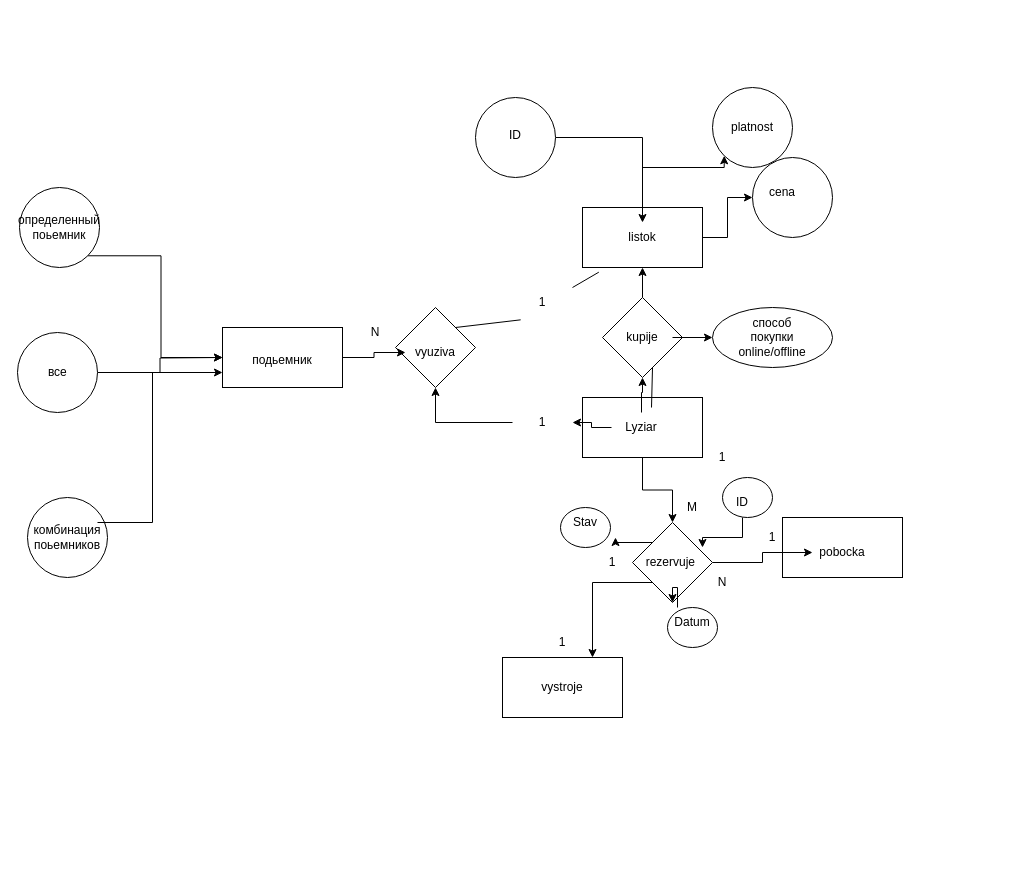
Earlier version of the draw.io diagram Діаграма без назви.drawio (xli1iax/DBS-uni). Source tidied: cells renumbered, new cells numbered last; positions are measured from the earlier drawing's top-left corner, leaving out a move shared by most shapes. Both pictures are drawn from the tidied source at 100%, with x=0, y=0 at pixel (17, 87).
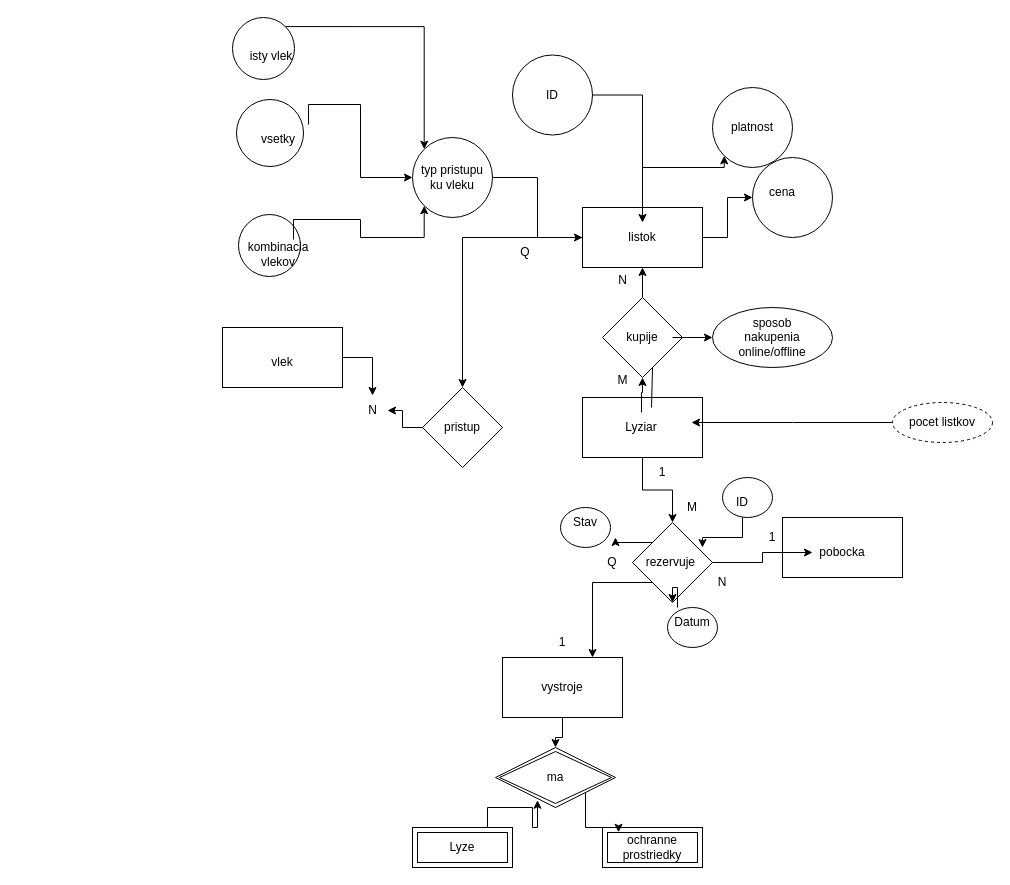
The same diagram, later.

The change refers to these unchanged cells:
```xml
<mxCell id="6" value="Lyziar" style="text;html=1;align=center;verticalAlign=middle;whiteSpace=wrap;rounded=0;" parent="1" vertex="1">
  <mxGeometry x="594" y="325" width="60" height="30" as="geometry" />
</mxCell>
<mxCell id="9" style="rounded=0;whiteSpace=wrap;html=1;" parent="1" vertex="1">
  <mxGeometry x="565" y="120" width="120" height="60" as="geometry" />
</mxCell>
<mxCell id="16" style="whiteSpace=wrap;html=1;" parent="1" vertex="1">
  <mxGeometry x="485" y="570" width="120" height="60" as="geometry" />
</mxCell>
<mxCell id="42" style="rounded=0;whiteSpace=wrap;html=1;" parent="1" vertex="1">
  <mxGeometry x="205" y="240" width="120" height="60" as="geometry" />
</mxCell>
```

The edit, as a diff of the source:
```diff
@@
-    <mxCell id="5" style="edgeStyle=orthogonalEdgeStyle;rounded=0;jettySize=auto;html=1;" parent="1" edge="1" source="46" target="36">
-      <mxGeometry relative="1" as="geometry" />
-    </mxCell>
@@
+    <mxCell id="68" style="edgeStyle=orthogonalEdgeStyle;rounded=0;jettySize=auto;html=1;exitX=0;exitY=0.5;exitDx=0;exitDy=0;" parent="1" edge="1" source="9" target="76">
+      <mxGeometry relative="1" as="geometry" />
+    </mxCell>
@@
+    <mxCell id="69" style="edgeStyle=orthogonalEdgeStyle;rounded=0;jettySize=auto;html=1;" parent="1" edge="1" source="16" target="81">
+      <mxGeometry relative="1" as="geometry" />
+    </mxCell>
@@
-    <mxCell id="19" value="способ покупки online/offline" style="text;html=1;align=center;verticalAlign=middle;whiteSpace=wrap;rounded=0;" parent="1" vertex="1">
+    <mxCell id="19" value="sposob nakupenia online/offline" style="text;html=1;align=center;verticalAlign=middle;whiteSpace=wrap;rounded=0;" parent="1" vertex="1">
       <mxGeometry x="725" y="235" width="60" height="30" as="geometry" />
     </mxCell>
-    <mxCell id="20" style="edgeStyle=orthogonalEdgeStyle;rounded=0;jettySize=auto;html=1;exitX=1;exitY=0.5;exitDx=0;exitDy=0;" parent="1" edge="1" source="21">
-      <mxGeometry relative="1" as="geometry">
-        <mxPoint x="205" y="270" as="targetPoint" />
-      </mxGeometry>
-    </mxCell>
     <mxCell id="21" style="ellipse;whiteSpace=wrap;html=1;" parent="1" vertex="1">
-      <mxGeometry y="245" width="80" height="80" as="geometry" />
+      <mxGeometry x="219" y="12" width="67" height="67" as="geometry" />
     </mxCell>
     <mxCell id="22" style="ellipse;whiteSpace=wrap;html=1;" parent="1" vertex="1">
-      <mxGeometry x="10" y="410" width="80" height="80" as="geometry" />
+      <mxGeometry x="221" y="127" width="62" height="62" as="geometry" />
     </mxCell>
-    <mxCell id="23" style="edgeStyle=orthogonalEdgeStyle;rounded=0;jettySize=auto;html=1;exitX=1;exitY=0;exitDx=0;exitDy=0;entryX=0;entryY=0.75;entryDx=0;entryDy=0;" parent="1" edge="1" source="24" target="42">
-      <mxGeometry relative="1" as="geometry">
-        <Array as="points">
-          <mxPoint x="135" y="435" />
-          <mxPoint x="135" y="285" />
-        </Array>
-      </mxGeometry>
-    </mxCell>
+    <mxCell id="70" style="edgeStyle=orthogonalEdgeStyle;rounded=0;jettySize=auto;html=1;exitX=0.75;exitY=0;exitDx=0;exitDy=0;entryX=0;entryY=1;entryDx=0;entryDy=0;" parent="1" edge="1" source="24" target="89">
+      <mxGeometry relative="1" as="geometry" />
+    </mxCell>
-    <mxCell id="24" value="комбинация поьемников" style="text;html=1;align=center;verticalAlign=middle;whiteSpace=wrap;rounded=0;" parent="1" vertex="1">
-      <mxGeometry x="20" y="435" width="60" height="30" as="geometry" />
+    <mxCell id="24" value="kombinacia vlekov" style="text;html=1;align=center;verticalAlign=middle;whiteSpace=wrap;rounded=0;" parent="1" vertex="1">
+      <mxGeometry x="231" y="152" width="60" height="30" as="geometry" />
     </mxCell>
+    <mxCell id="71" style="edgeStyle=orthogonalEdgeStyle;rounded=0;jettySize=auto;html=1;exitX=1;exitY=0;exitDx=0;exitDy=0;" parent="1" edge="1" source="25" target="89">
+      <mxGeometry relative="1" as="geometry" />
+    </mxCell>
-    <mxCell id="25" value="все&amp;nbsp;" style="text;html=1;align=center;verticalAlign=middle;whiteSpace=wrap;rounded=0;" parent="1" vertex="1">
-      <mxGeometry x="12" y="270" width="60" height="30" as="geometry" />
+    <mxCell id="25" value="vsetky" style="text;html=1;align=center;verticalAlign=middle;whiteSpace=wrap;rounded=0;" parent="1" vertex="1">
+      <mxGeometry x="231" y="37" width="60" height="30" as="geometry" />
     </mxCell>
-    <mxCell id="26" style="edgeStyle=orthogonalEdgeStyle;rounded=0;jettySize=auto;html=1;exitX=1;exitY=1;exitDx=0;exitDy=0;entryX=0;entryY=0.5;entryDx=0;entryDy=0;" parent="1" edge="1" source="27" target="42">
-      <mxGeometry relative="1" as="geometry" />
-    </mxCell>
+    <mxCell id="72" style="edgeStyle=orthogonalEdgeStyle;rounded=0;jettySize=auto;html=1;exitX=1;exitY=0;exitDx=0;exitDy=0;entryX=0;entryY=0;entryDx=0;entryDy=0;" parent="1" edge="1" source="27" target="89">
+      <mxGeometry relative="1" as="geometry" />
+    </mxCell>
     <mxCell id="27" style="ellipse;whiteSpace=wrap;html=1;" parent="1" vertex="1">
-      <mxGeometry x="2" y="100" width="80" height="80" as="geometry" />
+      <mxGeometry x="215" y="-70" width="62" height="62" as="geometry" />
     </mxCell>
-    <mxCell id="28" value="определенный поьемник" style="text;html=1;align=center;verticalAlign=middle;whiteSpace=wrap;rounded=0;" parent="1" vertex="1">
-      <mxGeometry x="12" y="125" width="60" height="30" as="geometry" />
+    <mxCell id="28" value="isty vlek" style="text;html=1;align=center;verticalAlign=middle;whiteSpace=wrap;rounded=0;" parent="1" vertex="1">
+      <mxGeometry x="225" y="-48" width="58" height="33" as="geometry" />
     </mxCell>
@@
     <mxCell id="34" style="ellipse;whiteSpace=wrap;html=1;" parent="1" vertex="1">
-      <mxGeometry x="458" y="10" width="80" height="80" as="geometry" />
+      <mxGeometry x="495" y="-32.5" width="80" height="80" as="geometry" />
     </mxCell>
     <mxCell id="35" value="ID" style="text;html=1;align=center;verticalAlign=middle;whiteSpace=wrap;rounded=0;" parent="1" vertex="1">
-      <mxGeometry x="468" y="30" width="60" height="35" as="geometry" />
+      <mxGeometry x="505" y="-10" width="60" height="35" as="geometry" />
     </mxCell>
-    <mxCell id="36" style="rhombus;whiteSpace=wrap;html=1;" parent="1" vertex="1">
-      <mxGeometry x="378" y="220" width="80" height="80" as="geometry" />
-    </mxCell>
-    <mxCell id="37" style="endArrow=none;html=1;rounded=0;exitX=1;exitY=0;exitDx=0;exitDy=0;entryX=0.136;entryY=1.078;entryDx=0;entryDy=0;entryPerimeter=0;" parent="1" edge="1" source="40" target="9">
-      <mxGeometry relative="1" as="geometry" />
-    </mxCell>
-    <mxCell id="38" value="vyuziva" style="text;html=1;align=center;verticalAlign=middle;whiteSpace=wrap;rounded=0;" parent="1" vertex="1">
-      <mxGeometry x="388" y="250" width="60" height="30" as="geometry" />
-    </mxCell>
-    <mxCell id="39" style="endArrow=none;html=1;rounded=0;exitX=1;exitY=0;exitDx=0;exitDy=0;entryX=0.136;entryY=1.078;entryDx=0;entryDy=0;entryPerimeter=0;" parent="1" edge="1" source="36" target="40">
-      <mxGeometry relative="1" as="geometry" />
-    </mxCell>
-    <mxCell id="40" value="1" style="text;html=1;align=center;verticalAlign=middle;whiteSpace=wrap;rounded=0;" parent="1" vertex="1">
-      <mxGeometry x="495" y="200" width="60" height="30" as="geometry" />
-    </mxCell>
-    <mxCell id="41" style="edgeStyle=orthogonalEdgeStyle;rounded=0;jettySize=auto;html=1;" parent="1" edge="1" source="42" target="38">
-      <mxGeometry relative="1" as="geometry" />
-    </mxCell>
+    <mxCell id="73" style="edgeStyle=orthogonalEdgeStyle;rounded=0;jettySize=auto;html=1;" parent="1" edge="1" source="42" target="78">
+      <mxGeometry relative="1" as="geometry" />
+    </mxCell>
@@
-    <mxCell id="43" value="N" style="text;html=1;align=center;verticalAlign=middle;whiteSpace=wrap;rounded=0;" parent="1" vertex="1">
-      <mxGeometry x="328" y="230" width="60" height="30" as="geometry" />
-    </mxCell>
-    <mxCell id="44" value="подьемник" style="text;html=1;align=center;verticalAlign=middle;whiteSpace=wrap;rounded=0;" parent="1" vertex="1">
-      <mxGeometry x="235" y="250" width="60" height="45" as="geometry" />
-    </mxCell>
-    <mxCell id="45" style="edgeStyle=orthogonalEdgeStyle;rounded=0;jettySize=auto;html=1;" parent="1" edge="1" source="6" target="46">
-      <mxGeometry relative="1" as="geometry" />
-    </mxCell>
-    <mxCell id="46" value="1" style="text;html=1;align=center;verticalAlign=middle;whiteSpace=wrap;rounded=0;" parent="1" vertex="1">
-      <mxGeometry x="495" y="320" width="60" height="30" as="geometry" />
-    </mxCell>
@@
     <mxCell id="54" value="1" style="text;html=1;align=center;verticalAlign=middle;whiteSpace=wrap;rounded=0;" parent="1" vertex="1">
-      <mxGeometry x="675" y="355" width="60" height="30" as="geometry" />
+      <mxGeometry x="615" y="370" width="60" height="30" as="geometry" />
     </mxCell>
@@
-    <mxCell id="58" value="1" style="text;html=1;align=center;verticalAlign=middle;whiteSpace=wrap;rounded=0;" parent="1" vertex="1">
+    <mxCell id="58" value="Q" style="text;html=1;align=center;verticalAlign=middle;whiteSpace=wrap;rounded=0;" parent="1" vertex="1">
       <mxGeometry x="565" y="460" width="60" height="30" as="geometry" />
     </mxCell>
@@
+    <mxCell id="74" value="vlek" style="text;html=1;align=center;verticalAlign=middle;whiteSpace=wrap;rounded=0;" parent="1" vertex="1">
+      <mxGeometry x="235" y="260" width="60" height="30" as="geometry" />
+    </mxCell>
+    <mxCell id="75" style="edgeStyle=orthogonalEdgeStyle;rounded=0;jettySize=auto;html=1;" parent="1" edge="1" source="76" target="78">
+      <mxGeometry relative="1" as="geometry" />
+    </mxCell>
+    <mxCell id="76" value="pristup" style="rhombus;whiteSpace=wrap;html=1;" parent="1" vertex="1">
+      <mxGeometry x="405" y="300" width="80" height="80" as="geometry" />
+    </mxCell>
+    <mxCell id="77" value="Q" style="text;html=1;align=center;verticalAlign=middle;whiteSpace=wrap;rounded=0;" parent="1" vertex="1">
+      <mxGeometry x="478" y="150" width="60" height="30" as="geometry" />
+    </mxCell>
+    <mxCell id="78" value="N" style="text;html=1;align=center;verticalAlign=middle;points=[];strokeColor=none;fillColor=none;" parent="1" vertex="1">
+      <mxGeometry x="340" y="308" width="30" height="30" as="geometry" />
+    </mxCell>
+    <mxCell id="79" value="Lyze" style="shape=ext;margin=3;double=1;whiteSpace=wrap;html=1;align=center;" parent="1" vertex="1">
+      <mxGeometry x="395" y="740" width="100" height="40" as="geometry" />
+    </mxCell>
+    <mxCell id="80" value="ochranne prostriedky" style="shape=ext;margin=3;double=1;whiteSpace=wrap;html=1;align=center;" parent="1" vertex="1">
+      <mxGeometry x="585" y="740" width="100" height="40" as="geometry" />
+    </mxCell>
+    <mxCell id="81" value="ma" style="shape=rhombus;double=1;perimeter=rhombusPerimeter;whiteSpace=wrap;html=1;align=center;" parent="1" vertex="1">
+      <mxGeometry x="478" y="660" width="120" height="60" as="geometry" />
+    </mxCell>
+    <mxCell id="82" style="edgeStyle=orthogonalEdgeStyle;rounded=0;jettySize=auto;html=1;exitX=0.75;exitY=0;exitDx=0;exitDy=0;entryX=0.35;entryY=0.879;entryDx=0;entryDy=0;entryPerimeter=0;" parent="1" edge="1" source="79" target="81">
+      <mxGeometry relative="1" as="geometry" />
+    </mxCell>
+    <mxCell id="83" style="edgeStyle=orthogonalEdgeStyle;rounded=0;jettySize=auto;html=1;exitX=1;exitY=1;exitDx=0;exitDy=0;entryX=0.16;entryY=0.119;entryDx=0;entryDy=0;entryPerimeter=0;" parent="1" edge="1" source="81" target="80">
+      <mxGeometry relative="1" as="geometry" />
+    </mxCell>
+    <mxCell id="84" style="edgeStyle=orthogonalEdgeStyle;rounded=0;jettySize=auto;html=1;" parent="1" edge="1" source="85">
+      <mxGeometry relative="1" as="geometry">
+        <mxPoint x="674" y="335" as="targetPoint" />
+      </mxGeometry>
+    </mxCell>
+    <mxCell id="85" value="pocet listkov" style="ellipse;whiteSpace=wrap;html=1;align=center;dashed=1;" parent="1" vertex="1">
+      <mxGeometry x="875" y="315" width="100" height="40" as="geometry" />
+    </mxCell>
+    <mxCell id="86" value="М" style="text;html=1;align=center;verticalAlign=middle;strokeColor=none;fillColor=none;" parent="1" vertex="1">
+      <mxGeometry x="590" y="278" width="30" height="30" as="geometry" />
+    </mxCell>
+    <mxCell id="87" value="N" style="text;html=1;align=center;verticalAlign=middle;strokeColor=none;fillColor=none;" parent="1" vertex="1">
+      <mxGeometry x="590" y="178" width="30" height="30" as="geometry" />
+    </mxCell>
+    <mxCell id="88" style="edgeStyle=orthogonalEdgeStyle;rounded=0;jettySize=auto;html=1;" parent="1" edge="1" source="89" target="9">
+      <mxGeometry relative="1" as="geometry" />
+    </mxCell>
+    <mxCell id="89" value="typ pristupu ku vleku" style="ellipse;whiteSpace=wrap;html=1;" parent="1" vertex="1">
+      <mxGeometry x="395" y="50" width="80" height="80" as="geometry" />
+    </mxCell>
```
